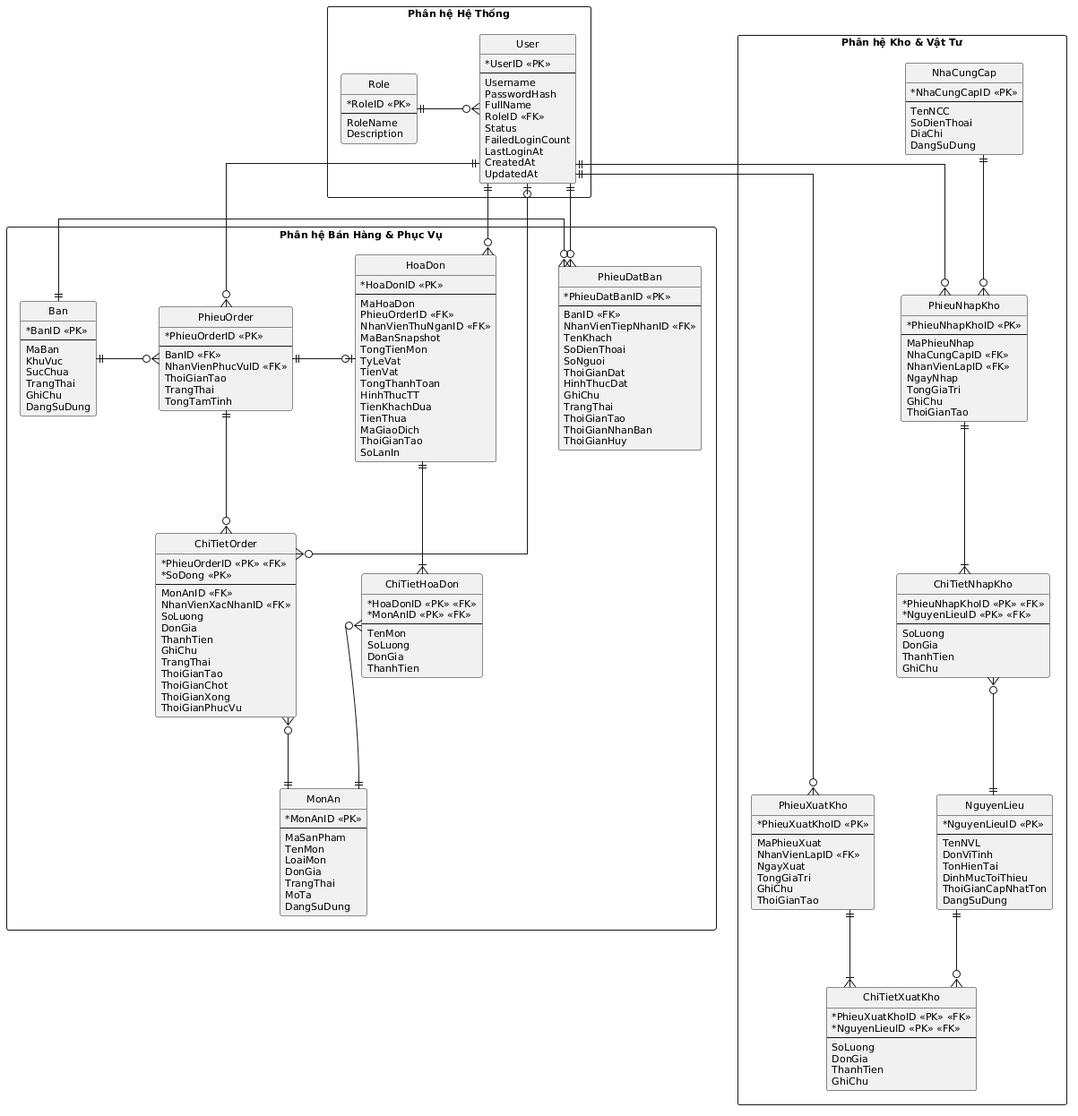
Before: design/images/erd.png, a diagram exported from PlantUML (vpthinh19/cnpm). The source it was exported from:
```plantuml
@startuml
hide circle
skinparam shadowing false
skinparam DefaultFontName "Segoe UI"
skinparam DefaultFontSize 11
skinparam nodesep 70
skinparam ranksep 80
skinparam roundCorner 5
skinparam classAttributeIconSize 0
skinparam linetype ortho
skinparam entity {
  BackgroundColor #FFFFFF
  BorderColor #5B6472
}

package "Phân hệ Hệ Thống" <<Rectangle>> {
  entity "Role" as Role {
    * RoleID <<PK>>
    --
    RoleName
    Description
  }

  entity "User" as User {
    * UserID <<PK>>
    --
    Username
    PasswordHash
    FullName
    RoleID <<FK>>
    Status
    FailedLoginCount
    LastLoginAt
    CreatedAt
    UpdatedAt
  }
}

package "Phân hệ Bán Hàng & Phục Vụ" <<Rectangle>> {
  entity "Ban" as Ban {
    * BanID <<PK>>
    --
    MaBan
    KhuVuc
    SucChua
    TrangThai
    GhiChu
    DangSuDung
  }

  entity "PhieuDatBan" as PhieuDatBan {
    * PhieuDatBanID <<PK>>
    --
    BanID <<FK>>
    NhanVienTiepNhanID <<FK>>
    TenKhach
    SoDienThoai
    SoNguoi
    ThoiGianDat
    HinhThucDat
    GhiChu
    TrangThai
    ThoiGianTao
    ThoiGianNhanBan
    ThoiGianHuy
  }

  entity "PhieuOrder" as PhieuOrder {
    * PhieuOrderID <<PK>>
    --
    BanID <<FK>>
    NhanVienPhucVuID <<FK>>
    ThoiGianTao
    TrangThai
    TongTamTinh
  }

  entity "ChiTietOrder" as ChiTietOrder {
    * PhieuOrderID <<PK>> <<FK>>
    * SoDong <<PK>>
    --
    MonAnID <<FK>>
    NhanVienXacNhanID <<FK>>
    SoLuong
    DonGia
    ThanhTien
    GhiChu
    TrangThai
    ThoiGianTao
    ThoiGianChot
    ThoiGianXong
    ThoiGianPhucVu
  }

  entity "HoaDon" as HoaDon {
    * HoaDonID <<PK>>
    --
    MaHoaDon
    PhieuOrderID <<FK>>
    NhanVienThuNganID <<FK>>
    MaBanSnapshot
    TongTienMon
    TyLeVat
    TienVat
    TongThanhToan
    HinhThucTT
    TienKhachDua
    TienThua
    MaGiaoDich
    ThoiGianTao
    SoLanIn
  }

  entity "ChiTietHoaDon" as ChiTietHoaDon {
    * HoaDonID <<PK>> <<FK>>
    * MonAnID <<PK>> <<FK>>
    --
    TenMon
    SoLuong
    DonGia
    ThanhTien
  }

  entity "MonAn" as MonAn {
    * MonAnID <<PK>>
    --
    MaSanPham
    TenMon
    LoaiMon
    DonGia
    TrangThai
    MoTa
    DangSuDung
  }
}

package "Phân hệ Kho & Vật Tư" <<Rectangle>> {
  entity "NhaCungCap" as NhaCungCap {
    * NhaCungCapID <<PK>>
    --
    TenNCC
    SoDienThoai
    DiaChi
    DangSuDung
  }

  entity "NguyenLieu" as NguyenLieu {
    * NguyenLieuID <<PK>>
    --
    TenNVL
    DonViTinh
    TonHienTai
    DinhMucToiThieu
    ThoiGianCapNhatTon
    DangSuDung
  }

  entity "PhieuNhapKho" as PhieuNhapKho {
    * PhieuNhapKhoID <<PK>>
    --
    MaPhieuNhap
    NhaCungCapID <<FK>>
    NhanVienLapID <<FK>>
    NgayNhap
    TongGiaTri
    GhiChu
    ThoiGianTao
  }

  entity "ChiTietNhapKho" as ChiTietNhapKho {
    * PhieuNhapKhoID <<PK>> <<FK>>
    * NguyenLieuID <<PK>> <<FK>>
    --
    SoLuong
    DonGia
    ThanhTien
    GhiChu
  }

  entity "PhieuXuatKho" as PhieuXuatKho {
    * PhieuXuatKhoID <<PK>>
    --
    MaPhieuXuat
    NhanVienLapID <<FK>>
    NgayXuat
    TongGiaTri
    GhiChu
    ThoiGianTao
  }

  entity "ChiTietXuatKho" as ChiTietXuatKho {
    * PhieuXuatKhoID <<PK>> <<FK>>
    * NguyenLieuID <<PK>> <<FK>>
    --
    SoLuong
    DonGia
    ThanhTien
    GhiChu
  }
}


Role          ||-right-o{ User

User          ||-down-o{ PhieuDatBan
User          ||-down-o{ PhieuOrder
User          |o-down-o{ ChiTietOrder
User          ||-down-o{ HoaDon
User          ||-down-o{ PhieuNhapKho
User          ||-down-o{ PhieuXuatKho

Ban           ||-right-o{ PhieuDatBan
Ban           ||-right-o{ PhieuOrder
PhieuOrder    ||-right-o| HoaDon
PhieuOrder    ||-down-o{ ChiTietOrder
HoaDon        ||-down-|{ ChiTietHoaDon
ChiTietOrder  }o-down-|| MonAn
ChiTietHoaDon }o-down-|| MonAn

NhaCungCap    ||-down-o{ PhieuNhapKho
PhieuNhapKho  ||-down-|{ ChiTietNhapKho
ChiTietNhapKho }o-down-|| NguyenLieu

PhieuXuatKho  ||-down-|{ ChiTietXuatKho
ChiTietXuatKho }o-up-|| NguyenLieu
@enduml
```
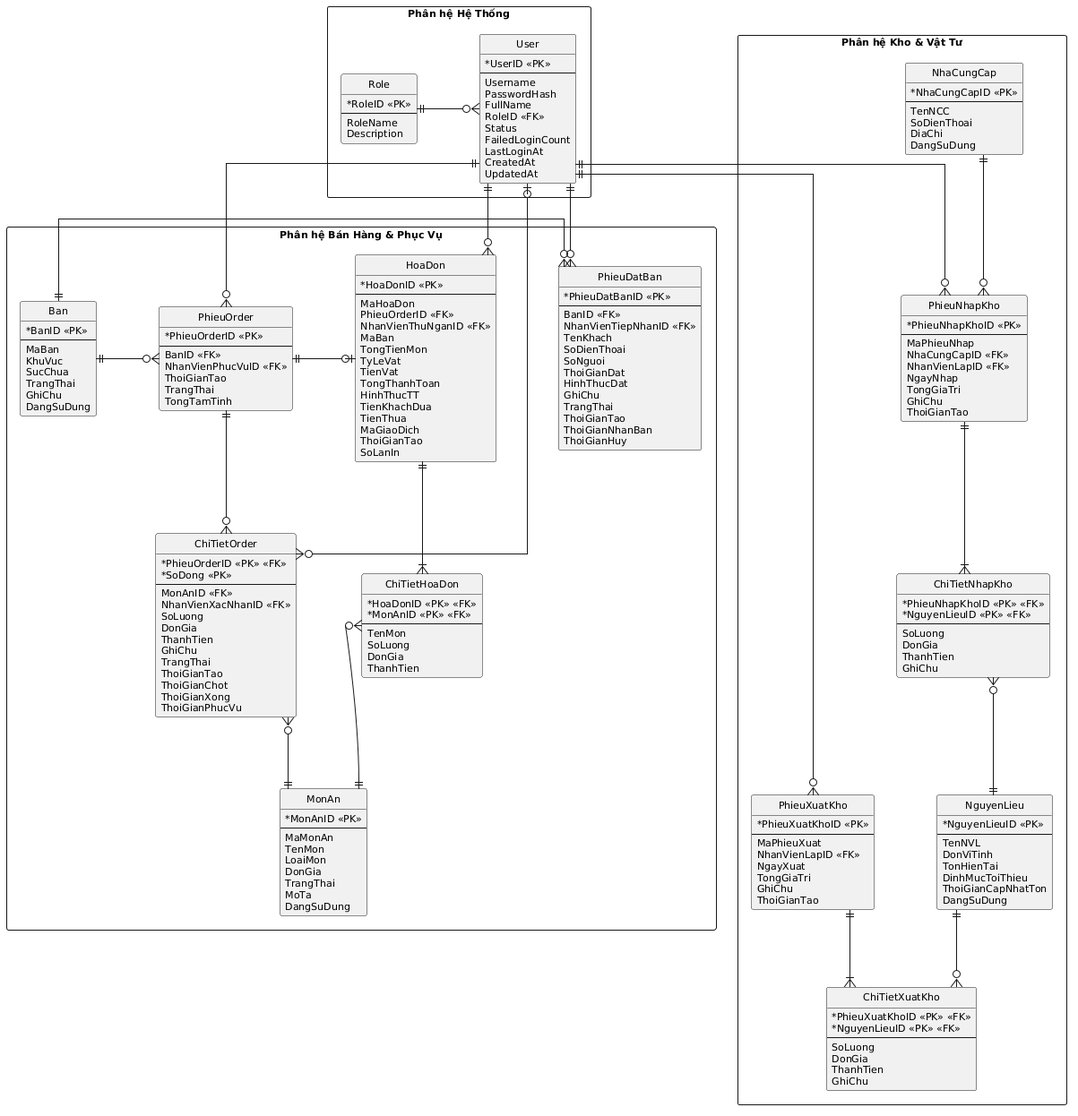
Above is the later version.

What changed in the source:
```diff
@@ -98,7 +98,7 @@
     MaHoaDon
     PhieuOrderID <<FK>>
     NhanVienThuNganID <<FK>>
-    MaBanSnapshot
+    MaBan
     TongTienMon
     TyLeVat
     TienVat
@@ -124,7 +124,7 @@
   entity "MonAn" as MonAn {
     * MonAnID <<PK>>
     --
-    MaSanPham
+    MaMonAn
     TenMon
     LoaiMon
     DonGia
```
